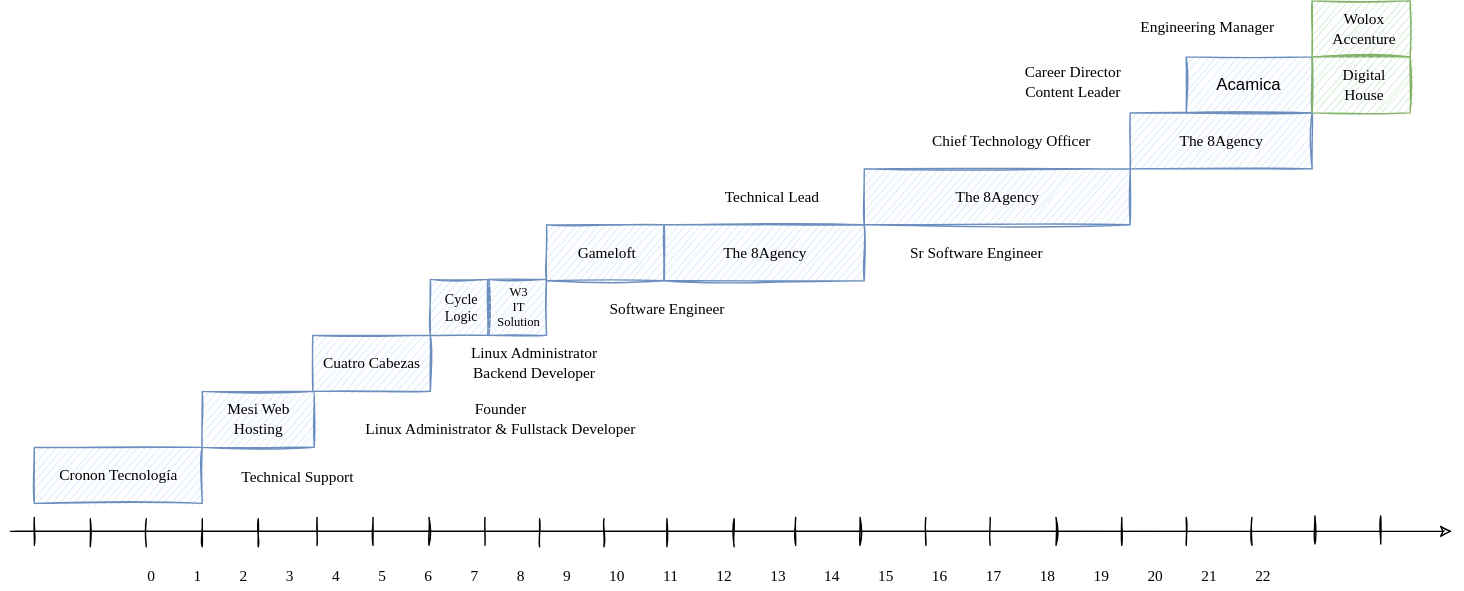
Above: daniel_segovia_carrer.svg in frenchita/danielsegovia (draw.io), before the change. Source tidied: cells renumbered, new cells last; positions are measured from the earlier drawing's top-left corner, leaving out a move shared by most shapes.
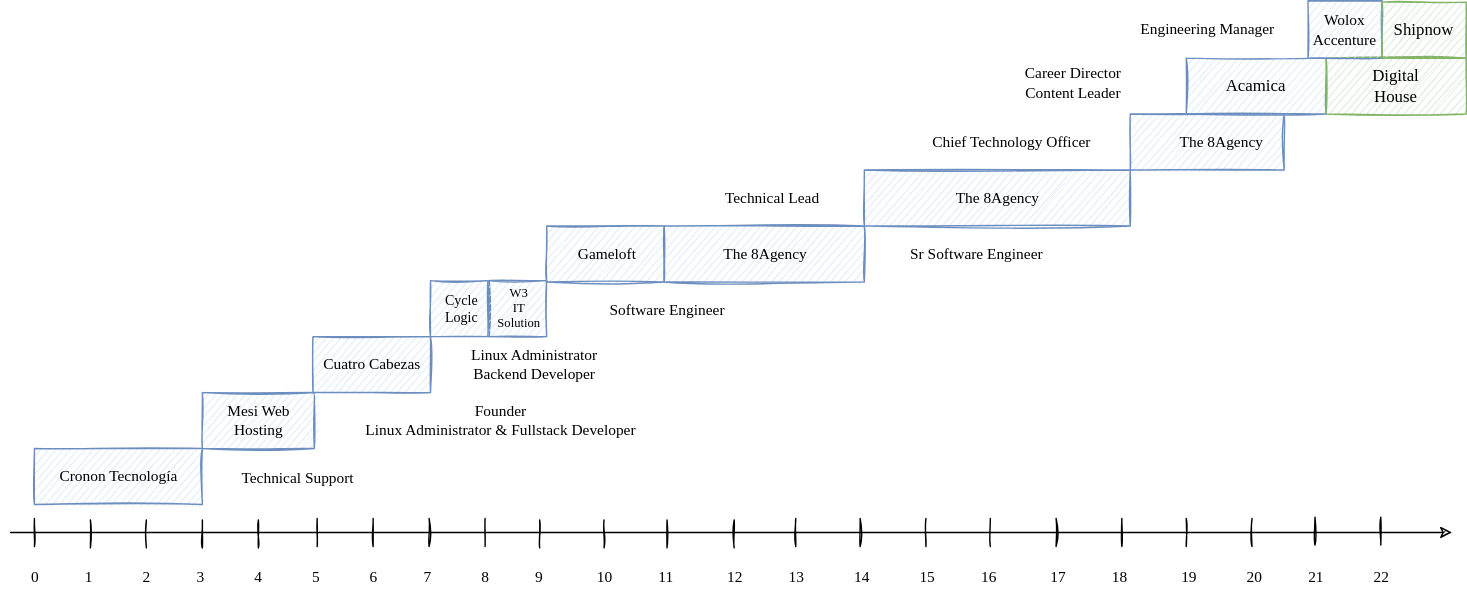
After the change.

Diff of the diagram source:
```diff
@@ -8,8 +8,8 @@
         <mxPoint x="1030" y="379" as="targetPoint" />
       </mxGeometry>
     </mxCell>
-    <mxCell id="3" value="0&amp;nbsp; &amp;nbsp; &amp;nbsp; &amp;nbsp; &amp;nbsp;&amp;nbsp;1&amp;nbsp; &amp;nbsp; &amp;nbsp; &amp;nbsp; &amp;nbsp; 2&amp;nbsp; &amp;nbsp; &amp;nbsp; &amp;nbsp; &amp;nbsp; 3&amp;nbsp; &amp;nbsp; &amp;nbsp; &amp;nbsp; &amp;nbsp; 4&amp;nbsp; &amp;nbsp; &amp;nbsp; &amp;nbsp; &amp;nbsp; 5&amp;nbsp; &amp;nbsp; &amp;nbsp; &amp;nbsp; &amp;nbsp; 6&amp;nbsp; &amp;nbsp; &amp;nbsp; &amp;nbsp; &amp;nbsp; 7&amp;nbsp; &amp;nbsp; &amp;nbsp; &amp;nbsp; &amp;nbsp; 8&amp;nbsp; &amp;nbsp; &amp;nbsp; &amp;nbsp; &amp;nbsp; 9&amp;nbsp; &amp;nbsp; &amp;nbsp; &amp;nbsp; &amp;nbsp; 10&amp;nbsp; &amp;nbsp; &amp;nbsp; &amp;nbsp; &amp;nbsp; 11&amp;nbsp; &amp;nbsp; &amp;nbsp; &amp;nbsp; &amp;nbsp; 12&amp;nbsp; &amp;nbsp; &amp;nbsp; &amp;nbsp; &amp;nbsp; 13&amp;nbsp; &amp;nbsp; &amp;nbsp; &amp;nbsp; &amp;nbsp; 14&amp;nbsp; &amp;nbsp; &amp;nbsp; &amp;nbsp; &amp;nbsp; 15&amp;nbsp; &amp;nbsp; &amp;nbsp; &amp;nbsp; &amp;nbsp; 16&amp;nbsp; &amp;nbsp; &amp;nbsp; &amp;nbsp; &amp;nbsp; 17&amp;nbsp; &amp;nbsp; &amp;nbsp; &amp;nbsp; &amp;nbsp; 18&amp;nbsp; &amp;nbsp; &amp;nbsp; &amp;nbsp; &amp;nbsp; 19&amp;nbsp; &amp;nbsp; &amp;nbsp; &amp;nbsp; &amp;nbsp; 20&amp;nbsp; &amp;nbsp; &amp;nbsp; &amp;nbsp; &amp;nbsp; 21&amp;nbsp; &amp;nbsp; &amp;nbsp; &amp;nbsp; &amp;nbsp; 22" style="text;html=1;align=center;verticalAlign=middle;strokeColor=none;fillColor=none;fontFamily=Tahoma;spacing=2;fontSize=11;" parent="1" vertex="1">
-      <mxGeometry x="4" y="401" width="990" height="20" as="geometry" />
+    <mxCell id="3" value="0&amp;nbsp; &amp;nbsp; &amp;nbsp; &amp;nbsp; &amp;nbsp; &amp;nbsp; 1&amp;nbsp; &amp;nbsp; &amp;nbsp; &amp;nbsp; &amp;nbsp; &amp;nbsp; &amp;nbsp;2&amp;nbsp; &amp;nbsp; &amp;nbsp; &amp;nbsp; &amp;nbsp; &amp;nbsp; 3&amp;nbsp; &amp;nbsp; &amp;nbsp; &amp;nbsp; &amp;nbsp; &amp;nbsp; &amp;nbsp;4&amp;nbsp; &amp;nbsp; &amp;nbsp; &amp;nbsp; &amp;nbsp; &amp;nbsp; &amp;nbsp;5&amp;nbsp; &amp;nbsp; &amp;nbsp; &amp;nbsp; &amp;nbsp; &amp;nbsp; &amp;nbsp;6&amp;nbsp; &amp;nbsp; &amp;nbsp; &amp;nbsp; &amp;nbsp; &amp;nbsp; 7&amp;nbsp; &amp;nbsp; &amp;nbsp; &amp;nbsp; &amp;nbsp; &amp;nbsp; &amp;nbsp;8&amp;nbsp; &amp;nbsp; &amp;nbsp; &amp;nbsp; &amp;nbsp; &amp;nbsp; 9&amp;nbsp; &amp;nbsp; &amp;nbsp; &amp;nbsp; &amp;nbsp; &amp;nbsp; &amp;nbsp; 10&amp;nbsp; &amp;nbsp; &amp;nbsp; &amp;nbsp; &amp;nbsp; &amp;nbsp; 11&amp;nbsp; &amp;nbsp; &amp;nbsp; &amp;nbsp; &amp;nbsp; &amp;nbsp; &amp;nbsp; 12&amp;nbsp; &amp;nbsp; &amp;nbsp; &amp;nbsp; &amp;nbsp; &amp;nbsp; 13&amp;nbsp; &amp;nbsp; &amp;nbsp; &amp;nbsp; &amp;nbsp; &amp;nbsp; &amp;nbsp;14&amp;nbsp; &amp;nbsp; &amp;nbsp; &amp;nbsp; &amp;nbsp; &amp;nbsp; &amp;nbsp;15&amp;nbsp; &amp;nbsp; &amp;nbsp; &amp;nbsp; &amp;nbsp; &amp;nbsp; 16&amp;nbsp; &amp;nbsp; &amp;nbsp; &amp;nbsp; &amp;nbsp; &amp;nbsp; &amp;nbsp; 17&amp;nbsp; &amp;nbsp; &amp;nbsp; &amp;nbsp; &amp;nbsp; &amp;nbsp; 18&amp;nbsp; &amp;nbsp; &amp;nbsp; &amp;nbsp; &amp;nbsp; &amp;nbsp; &amp;nbsp; 19&amp;nbsp; &amp;nbsp; &amp;nbsp; &amp;nbsp; &amp;nbsp; &amp;nbsp; &amp;nbsp;20&amp;nbsp; &amp;nbsp; &amp;nbsp; &amp;nbsp; &amp;nbsp; &amp;nbsp; 21&amp;nbsp; &amp;nbsp; &amp;nbsp; &amp;nbsp; &amp;nbsp; &amp;nbsp; &amp;nbsp;22" style="text;html=1;align=left;verticalAlign=middle;strokeColor=none;fillColor=none;fontFamily=Tahoma;spacing=2;fontSize=11;" parent="1" vertex="1">
+      <mxGeometry x="13" y="396" width="990" height="30" as="geometry" />
     </mxCell>
     <mxCell id="4" style="rounded=0;whiteSpace=wrap;html=1;imageAspect=1;shadow=0;sketch=1;fillStyle=hachure;fillColor=#dae8fc;strokeColor=#6c8ebf;" parent="1" vertex="1">
       <mxGeometry x="17" y="319" width="120" height="40" as="geometry" />
@@ -216,7 +216,7 @@
       <mxGeometry x="493.5" y="130" width="100" height="20" as="geometry" />
     </mxCell>
     <mxCell id="49" style="rounded=0;whiteSpace=wrap;html=1;imageAspect=1;shadow=0;sketch=1;fillStyle=hachure;fillColor=#dae8fc;strokeColor=#6c8ebf;" parent="1" vertex="1">
-      <mxGeometry x="800" y="80" width="130" height="40" as="geometry" />
+      <mxGeometry x="800" y="80" width="110" height="40" as="geometry" />
     </mxCell>
     <mxCell id="50" value="The 8Agency" style="text;html=1;align=center;verticalAlign=middle;strokeColor=none;fillColor=none;fontFamily=Comic Sans MS;spacing=2;fontSize=11;" parent="1" vertex="1">
       <mxGeometry x="820" y="90" width="90" height="20" as="geometry" />
@@ -224,26 +224,23 @@
     <mxCell id="51" value="Chief Technology Officer" style="text;html=1;align=center;verticalAlign=middle;strokeColor=none;fillColor=none;fontFamily=Comic Sans MS;spacing=2;fontSize=11;" parent="1" vertex="1">
       <mxGeometry x="640" y="90" width="150" height="20" as="geometry" />
     </mxCell>
-    <mxCell id="52" value="Acamica" style="rounded=0;whiteSpace=wrap;html=1;imageAspect=1;shadow=0;sketch=1;fillStyle=hachure;fillColor=#dae8fc;strokeColor=#6c8ebf;" parent="1" vertex="1">
-      <mxGeometry x="840" y="40" width="90" height="40" as="geometry" />
+    <mxCell id="52" value="Acamica" style="rounded=0;whiteSpace=wrap;html=1;imageAspect=1;shadow=0;sketch=1;fillStyle=hachure;fillColor=#dae8fc;strokeColor=#6c8ebf;fontFamily=Comic Sans MS;" parent="1" vertex="1">
+      <mxGeometry x="840" y="40" width="100" height="40" as="geometry" />
     </mxCell>
-    <mxCell id="53" style="rounded=0;whiteSpace=wrap;html=1;imageAspect=1;shadow=0;sketch=1;fillStyle=hachure;fillColor=#d5e8d4;strokeColor=#82b366;" parent="1" vertex="1">
-      <mxGeometry x="930" y="40" width="70" height="40" as="geometry" />
+    <mxCell id="53" value="Digital&lt;br&gt;House" style="rounded=0;whiteSpace=wrap;html=1;imageAspect=1;shadow=0;sketch=1;fillStyle=hachure;fillColor=#d5e8d4;strokeColor=#82b366;fontFamily=Comic Sans MS;" parent="1" vertex="1">
+      <mxGeometry x="940" y="40" width="100" height="40" as="geometry" />
     </mxCell>
-    <mxCell id="54" value="Digital&lt;br&gt;House" style="text;html=1;align=center;verticalAlign=middle;strokeColor=none;fillColor=none;fontFamily=Comic Sans MS;spacing=2;fontSize=11;" parent="1" vertex="1">
-      <mxGeometry x="942" y="40" width="50" height="40" as="geometry" />
-    </mxCell>
-    <mxCell id="55" style="rounded=0;whiteSpace=wrap;html=1;imageAspect=1;shadow=0;sketch=1;fillStyle=hachure;fillColor=#d5e8d4;strokeColor=#82b366;" parent="1" vertex="1">
-      <mxGeometry x="930" width="70" height="40" as="geometry" />
-    </mxCell>
-    <mxCell id="56" value="Wolox&lt;br&gt;Accenture" style="text;html=1;align=center;verticalAlign=middle;strokeColor=none;fillColor=none;fontFamily=Comic Sans MS;spacing=2;fontSize=11;" parent="1" vertex="1">
-      <mxGeometry x="932" width="70" height="40" as="geometry" />
-    </mxCell>
     <mxCell id="57" value="Career Director&lt;br&gt;Content Leader" style="text;html=1;align=center;verticalAlign=middle;strokeColor=none;fillColor=none;fontFamily=Comic Sans MS;spacing=2;fontSize=11;" parent="1" vertex="1">
       <mxGeometry x="709" y="38" width="100" height="40" as="geometry" />
     </mxCell>
     <mxCell id="58" value="Engineering Manager" style="text;html=1;align=center;verticalAlign=middle;strokeColor=none;fillColor=none;fontFamily=Comic Sans MS;spacing=2;fontSize=11;" parent="1" vertex="1">
       <mxGeometry x="790" y="9" width="130" height="20" as="geometry" />
     </mxCell>
+    <mxCell id="56" value="&lt;div style=&quot;font-size: 11px;&quot;&gt;Wolox&lt;/div&gt;&lt;div style=&quot;font-size: 11px;&quot;&gt;Accenture&lt;/div&gt;" style="rounded=0;whiteSpace=wrap;html=1;imageAspect=1;shadow=0;sketch=1;fillStyle=hachure;fillColor=#dae8fc;strokeColor=#6c8ebf;fontSize=11;fontFamily=Comic Sans MS;" parent="1" vertex="1">
+      <mxGeometry x="927" y="-1" width="53" height="41" as="geometry" />
+    </mxCell>
+    <mxCell id="59" value="Shipnow" style="rounded=0;whiteSpace=wrap;html=1;imageAspect=1;shadow=0;sketch=1;fillStyle=hachure;fillColor=#d5e8d4;strokeColor=#82b366;fontFamily=Comic Sans MS;" parent="1" vertex="1">
+      <mxGeometry x="980" width="60" height="40" as="geometry" />
+    </mxCell>
   </root>
 </mxGraphModel>
```
